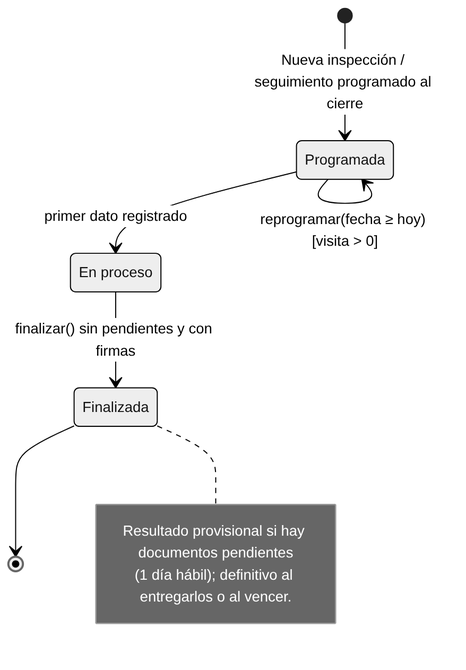
Earlier version of the Mermaid export codigo/docs/uml/estados/est_01_evaluacion.png (luisalejandroavilacastillo-stack/EBA_Cuac_Cuac). Its source is kept beside it as codigo/docs/uml/fuentes/est_01_evaluacion.mmd. The source it was exported from:
```mermaid
stateDiagram-v2
    [*] --> Programada : Nueva inspección / seguimiento programado al cierre
    Programada --> Programada : reprogramar(fecha ≥ hoy) [visita > 0]
    Programada --> EnProceso : primer dato registrado
    EnProceso --> Finalizada : finalizar() sin pendientes y con firmas
    Finalizada --> [*]
    EnProceso : En proceso
    note right of Finalizada
        Resultado provisional si hay documentos pendientes
        (1 día hábil); definitivo al entregarlos o al vencer.
    end note
```
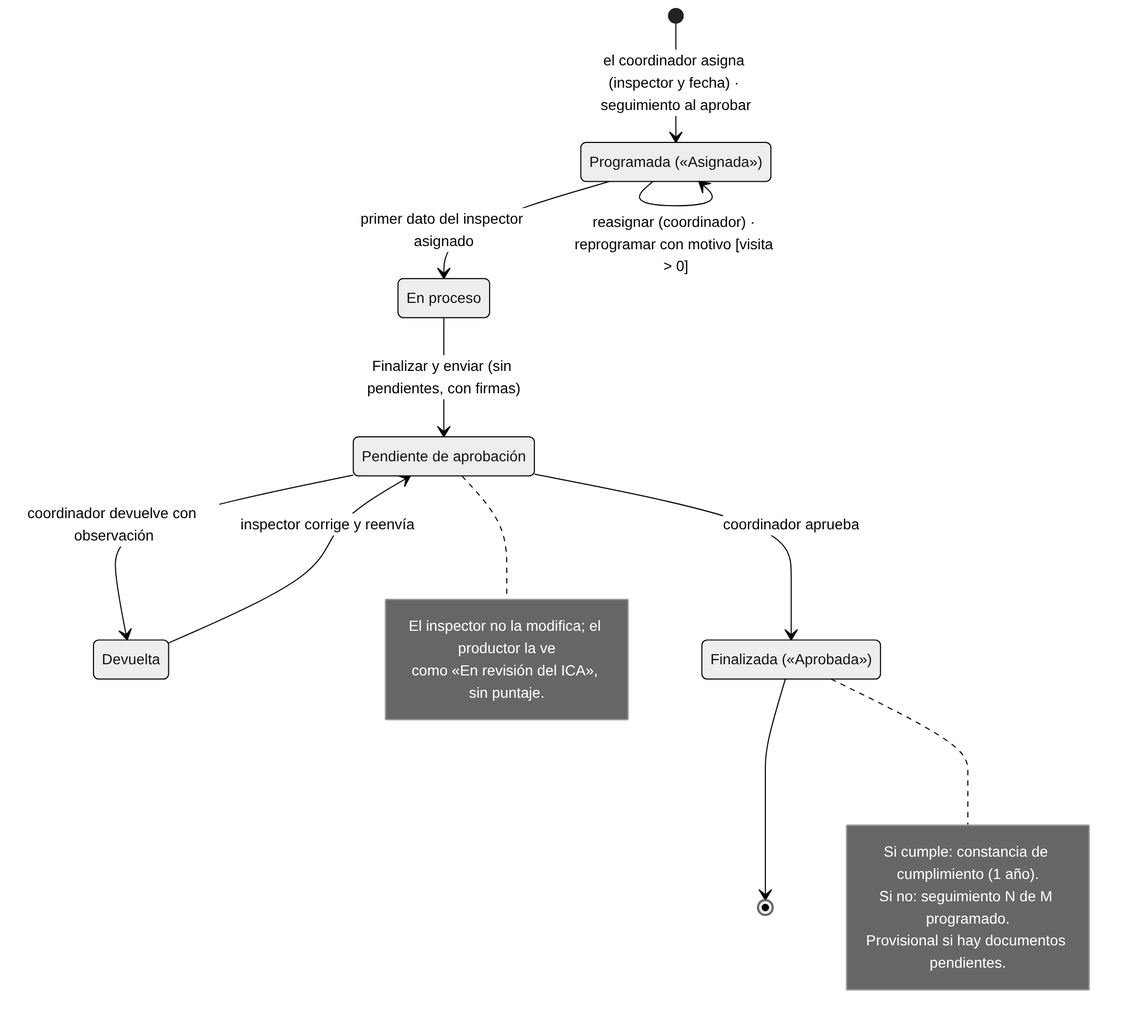
After the commit.

Diff of the diagram source:
```diff
@@ -1,11 +1,22 @@
 stateDiagram-v2
-    [*] --> Programada : Nueva inspección / seguimiento programado al cierre
-    Programada --> Programada : reprogramar(fecha ≥ hoy) [visita > 0]
-    Programada --> EnProceso : primer dato registrado
-    EnProceso --> Finalizada : finalizar() sin pendientes y con firmas
+    [*] --> Programada : el coordinador asigna (inspector y fecha) · seguimiento al aprobar
+    Programada --> Programada : reasignar (coordinador) · reprogramar con motivo [visita > 0]
+    Programada --> EnProceso : primer dato del inspector asignado
+    EnProceso --> PendienteAprobacion : Finalizar y enviar (sin pendientes, con firmas)
+    PendienteAprobacion --> Devuelta : coordinador devuelve con observación
+    Devuelta --> PendienteAprobacion : inspector corrige y reenvía
+    PendienteAprobacion --> Finalizada : coordinador aprueba
     Finalizada --> [*]
+    Programada : Programada («Asignada»)
     EnProceso : En proceso
+    PendienteAprobacion : Pendiente de aprobación
+    Finalizada : Finalizada («Aprobada»)
+    note right of PendienteAprobacion
+        El inspector no la modifica; el productor la ve
+        como «En revisión del ICA», sin puntaje.
+    end note
     note right of Finalizada
-        Resultado provisional si hay documentos pendientes
-        (1 día hábil); definitivo al entregarlos o al vencer.
+        Si cumple: constancia de cumplimiento (1 año).
+        Si no: seguimiento N de M programado.
+        Provisional si hay documentos pendientes.
     end note
```
